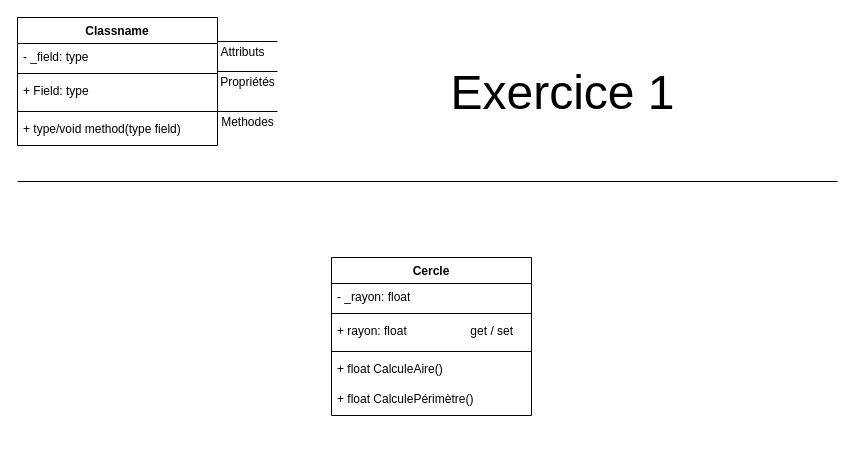
Before: page "Ex1" (1 of 5) of POO/ACT_2_POO_ExSimples/ACT_2_POO_AdrienN.drawio in Trex2007/UAA14, a draw.io diagram. Source tidied: cells renumbered, new cells numbered last; positions are measured from the earlier drawing's top-left corner, leaving out a move shared by most shapes. Both pictures are drawn from the tidied source at 100%, with x=0, y=0 at pixel (17, 17).
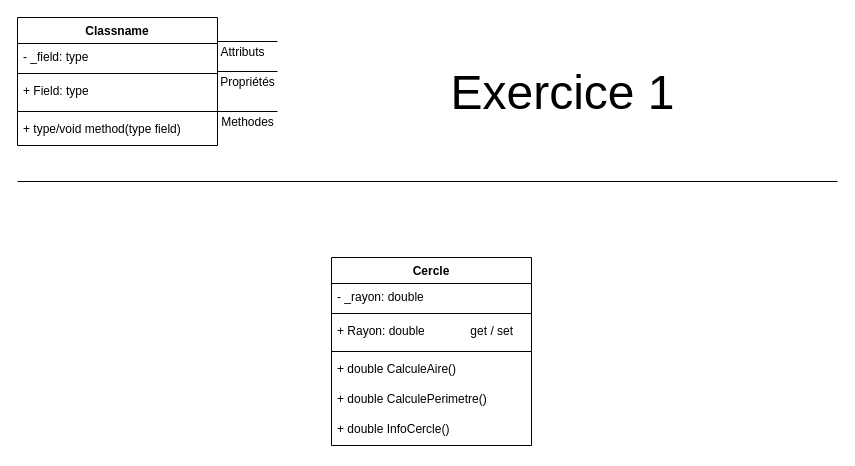
Above is the later version.

The edit, as a diff of the source:
```diff
@@
     <mxCell id="14" value="Cercle" style="swimlane;fontStyle=1;align=center;verticalAlign=top;horizontal=1;startSize=26;whiteSpace=wrap;html=1;" parent="1" vertex="1">
-      <mxGeometry x="314" y="240" width="200" height="158" as="geometry" />
+      <mxGeometry x="314" y="240" width="200" height="188" as="geometry" />
     </mxCell>
-    <mxCell id="15" value="- _rayon: float" style="text;strokeColor=none;fillColor=none;align=left;verticalAlign=top;spacingLeft=4;spacingRight=4;overflow=hidden;whiteSpace=wrap;html=1;" parent="14" vertex="1">
+    <mxCell id="15" value="- _rayon: double" style="text;strokeColor=none;fillColor=none;align=left;verticalAlign=top;spacingLeft=4;spacingRight=4;overflow=hidden;whiteSpace=wrap;html=1;" parent="14" vertex="1">
       <mxGeometry y="26" width="200" height="26" as="geometry" />
     </mxCell>
@@
-    <mxCell id="17" value="+ rayon: float&lt;span style=&quot;white-space: pre;&quot;&gt;&#9;&lt;span style=&quot;white-space: pre;&quot;&gt;&#9;&lt;/span&gt;&lt;/span&gt;&lt;span style=&quot;white-space: pre;&quot;&gt;&#9;&lt;/span&gt;get / set" style="text;strokeColor=none;fillColor=none;align=left;verticalAlign=top;spacingLeft=4;spacingRight=4;overflow=hidden;whiteSpace=wrap;html=1;" parent="14" vertex="1">
+    <mxCell id="17" value="+ Rayon: double&lt;span style=&quot;white-space: pre;&quot;&gt;&#9;&lt;/span&gt;&lt;span style=&quot;white-space: pre;&quot;&gt;&#9;&lt;/span&gt;get / set" style="text;strokeColor=none;fillColor=none;align=left;verticalAlign=top;spacingLeft=4;spacingRight=4;overflow=hidden;whiteSpace=wrap;html=1;" parent="14" vertex="1">
       <mxGeometry y="60" width="200" height="30" as="geometry" />
     </mxCell>
@@
-    <mxCell id="19" value="+ float CalculeAire()" style="text;strokeColor=none;fillColor=none;align=left;verticalAlign=top;spacingLeft=4;spacingRight=4;overflow=hidden;whiteSpace=wrap;html=1;" parent="14" vertex="1">
+    <mxCell id="19" value="+ double&amp;nbsp;CalculeAire()" style="text;strokeColor=none;fillColor=none;align=left;verticalAlign=top;spacingLeft=4;spacingRight=4;overflow=hidden;whiteSpace=wrap;html=1;" parent="14" vertex="1">
       <mxGeometry y="98" width="200" height="30" as="geometry" />
     </mxCell>
-    <mxCell id="20" value="+ float CalculePérimètre()" style="text;strokeColor=none;fillColor=none;align=left;verticalAlign=top;spacingLeft=4;spacingRight=4;overflow=hidden;whiteSpace=wrap;html=1;" parent="14" vertex="1">
+    <mxCell id="20" value="+ double&amp;nbsp;CalculePerimetre()" style="text;strokeColor=none;fillColor=none;align=left;verticalAlign=top;spacingLeft=4;spacingRight=4;overflow=hidden;whiteSpace=wrap;html=1;" parent="14" vertex="1">
       <mxGeometry y="128" width="200" height="30" as="geometry" />
     </mxCell>
+    <mxCell id="23" value="+ double&amp;nbsp;InfoCercle()" style="text;strokeColor=none;fillColor=none;align=left;verticalAlign=top;spacingLeft=4;spacingRight=4;overflow=hidden;whiteSpace=wrap;html=1;" parent="14" vertex="1">
+      <mxGeometry y="158" width="200" height="30" as="geometry" />
+    </mxCell>
```
